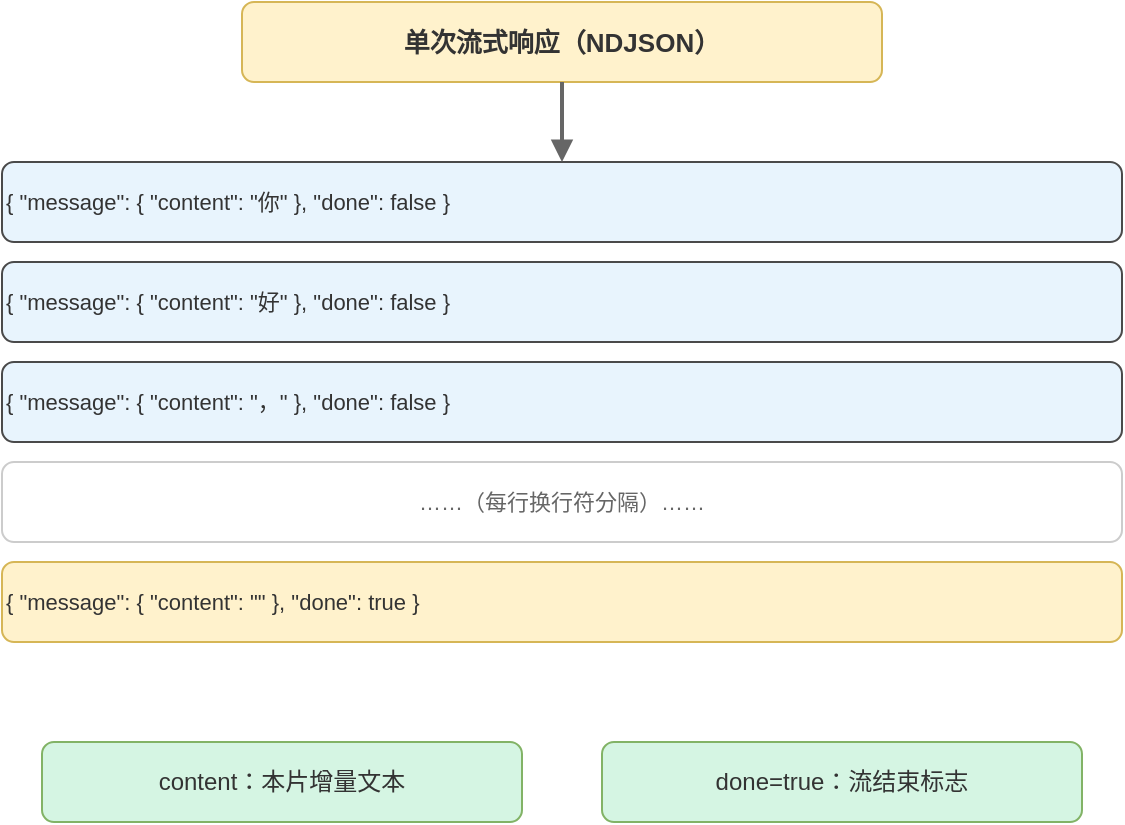
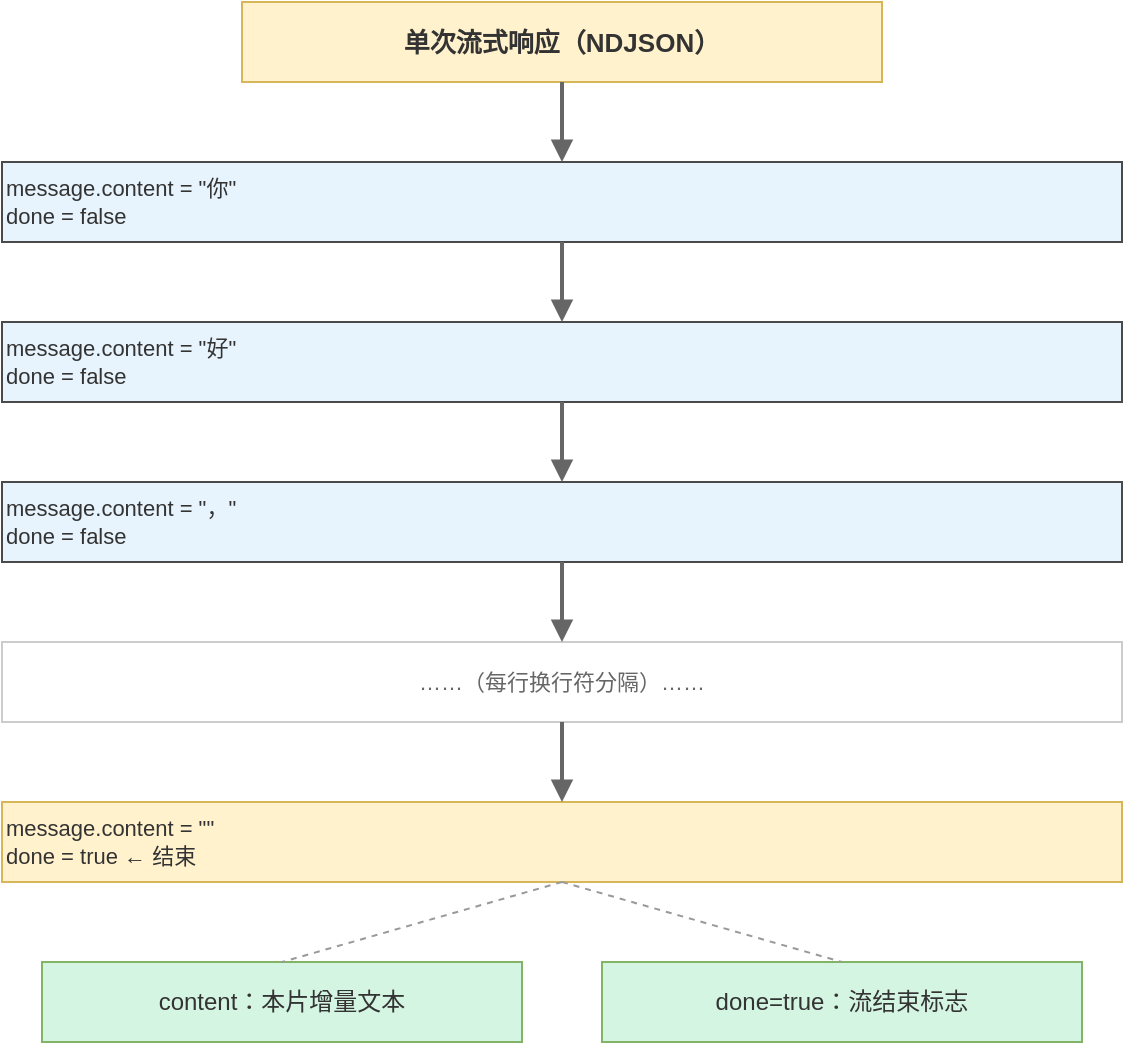
<?xml version="1.0" encoding="UTF-8"?>
- <mxGraphModel pageWidth="640" pageHeight="520" grid="1" gridSize="10">
+ <mxGraphModel pageWidth="640" pageHeight="600" grid="1" gridSize="10">
  <root>
    <mxCell id="0"/>
    <mxCell id="1" parent="0"/>
-     <mxCell id="title" value="单次流式响应（NDJSON）" style="rounded=1;whiteSpace=wrap;fillColor=#FFF2CC;strokeColor=#D6B656;fontColor=#333333;fontSize=13;fontStyle=1;" vertex="1" parent="1">
+     <mxCell id="title" value="单次流式响应（NDJSON）" style=" rounded=1;whiteSpace=wrap;fillColor=#FFF2CC;strokeColor=#D6B656;fontColor=#333333;fontSize=13;fontStyle=1;" vertex="1" parent="1">
      <mxGeometry x="160" y="30" width="320" height="40" as="geometry"/>
    </mxCell>
-     <mxCell id="line1" value="{ &quot;message&quot;: { &quot;content&quot;: &quot;你&quot; }, &quot;done&quot;: false }" style="rounded=1;whiteSpace=wrap;fillColor=#E8F4FD;strokeColor=#4A4A4A;fontColor=#333333;fontSize=11;align=left;" vertex="1" parent="1">
+     <mxCell id="line1" value="message.content = &quot;你&quot;&#xa;done = false" style=" rounded=1;whiteSpace=wrap;fillColor=#E8F4FD;strokeColor=#4A4A4A;fontColor=#333333;fontSize=11;align=left;" vertex="1" parent="1">
      <mxGeometry x="40" y="110" width="560" height="40" as="geometry"/>
    </mxCell>
-     <mxCell id="line2" value="{ &quot;message&quot;: { &quot;content&quot;: &quot;好&quot; }, &quot;done&quot;: false }" style="rounded=1;whiteSpace=wrap;fillColor=#E8F4FD;strokeColor=#4A4A4A;fontColor=#333333;fontSize=11;align=left;" vertex="1" parent="1">
-       <mxGeometry x="40" y="160" width="560" height="40" as="geometry"/>
+     <mxCell id="line2" value="message.content = &quot;好&quot;&#xa;done = false" style=" rounded=1;whiteSpace=wrap;fillColor=#E8F4FD;strokeColor=#4A4A4A;fontColor=#333333;fontSize=11;align=left;" vertex="1" parent="1">
+       <mxGeometry x="40" y="190" width="560" height="40" as="geometry"/>
    </mxCell>
-     <mxCell id="line3" value="{ &quot;message&quot;: { &quot;content&quot;: &quot;，&quot; }, &quot;done&quot;: false }" style="rounded=1;whiteSpace=wrap;fillColor=#E8F4FD;strokeColor=#4A4A4A;fontColor=#333333;fontSize=11;align=left;" vertex="1" parent="1">
-       <mxGeometry x="40" y="210" width="560" height="40" as="geometry"/>
+     <mxCell id="line3" value="message.content = &quot;，&quot;&#xa;done = false" style=" rounded=1;whiteSpace=wrap;fillColor=#E8F4FD;strokeColor=#4A4A4A;fontColor=#333333;fontSize=11;align=left;" vertex="1" parent="1">
+       <mxGeometry x="40" y="270" width="560" height="40" as="geometry"/>
    </mxCell>
-     <mxCell id="dots" value="……（每行换行符分隔）……" style="rounded=1;whiteSpace=wrap;fillColor=#FFFFFF;strokeColor=#CCCCCC;fontColor=#666666;fontSize=11;" vertex="1" parent="1">
-       <mxGeometry x="40" y="260" width="560" height="40" as="geometry"/>
+     <mxCell id="dots" value="……（每行换行符分隔）……" style=" rounded=1;whiteSpace=wrap;fillColor=#FFFFFF;strokeColor=#CCCCCC;fontColor=#666666;fontSize=11;" vertex="1" parent="1">
+       <mxGeometry x="40" y="350" width="560" height="40" as="geometry"/>
    </mxCell>
-     <mxCell id="lineN" value="{ &quot;message&quot;: { &quot;content&quot;: &quot;&quot; }, &quot;done&quot;: true }" style="rounded=1;whiteSpace=wrap;fillColor=#FFF2CC;strokeColor=#D6B656;fontColor=#333333;fontSize=11;align=left;" vertex="1" parent="1">
-       <mxGeometry x="40" y="310" width="560" height="40" as="geometry"/>
+     <mxCell id="lineN" value="message.content = &quot;&quot;&#xa;done = true   ← 结束" style=" rounded=1;whiteSpace=wrap;fillColor=#FFF2CC;strokeColor=#D6B656;fontColor=#333333;fontSize=11;align=left;" vertex="1" parent="1">
+       <mxGeometry x="40" y="430" width="560" height="40" as="geometry"/>
    </mxCell>
-     <mxCell id="hint1" value="content：本片增量文本" style="rounded=1;whiteSpace=wrap;fillColor=#D5F5E3;strokeColor=#82b366;fontColor=#333333;fontSize=12;" vertex="1" parent="1">
-       <mxGeometry x="60" y="400" width="240" height="40" as="geometry"/>
+     <mxCell id="hint1" value="content：本片增量文本" style=" rounded=1;whiteSpace=wrap;fillColor=#D5F5E3;strokeColor=#82b366;fontColor=#333333;fontSize=12;" vertex="1" parent="1">
+       <mxGeometry x="60" y="510" width="240" height="40" as="geometry"/>
    </mxCell>
-     <mxCell id="hint2" value="done=true：流结束标志" style="rounded=1;whiteSpace=wrap;fillColor=#D5F5E3;strokeColor=#82b366;fontColor=#333333;fontSize=12;" vertex="1" parent="1">
-       <mxGeometry x="340" y="400" width="240" height="40" as="geometry"/>
+     <mxCell id="hint2" value="done=true：流结束标志" style=" rounded=1;whiteSpace=wrap;fillColor=#D5F5E3;strokeColor=#82b366;fontColor=#333333;fontSize=12;" vertex="1" parent="1">
+       <mxGeometry x="340" y="510" width="240" height="40" as="geometry"/>
    </mxCell>
-     <mxCell id="e1" value="" style="edgeStyle=orthogonalEdgeStyle;rounded=0;endArrow=block;endFill=1;strokeWidth=2;strokeColor=#666666;exitX=0.5;exitY=1;entryX=0.5;entryY=0;" edge="1" parent="1" source="title" target="line1">
+     <mxCell id="e0" value="" style=" edgeStyle=orthogonalEdgeStyle;rounded=0;endArrow=block;endFill=1;strokeWidth=2;strokeColor=#666666;exitX=0.5;exitY=1;entryX=0.5;entryY=0;" edge="1" parent="1" source="title" target="line1">
+       <mxGeometry relative="1" as="geometry"/>
+     </mxCell>
+     <mxCell id="e1" value="" style=" edgeStyle=orthogonalEdgeStyle;rounded=0;endArrow=block;endFill=1;strokeWidth=2;strokeColor=#666666;exitX=0.5;exitY=1;entryX=0.5;entryY=0;" edge="1" parent="1" source="line1" target="line2">
+       <mxGeometry relative="1" as="geometry"/>
+     </mxCell>
+     <mxCell id="e2" value="" style=" edgeStyle=orthogonalEdgeStyle;rounded=0;endArrow=block;endFill=1;strokeWidth=2;strokeColor=#666666;exitX=0.5;exitY=1;entryX=0.5;entryY=0;" edge="1" parent="1" source="line2" target="line3">
+       <mxGeometry relative="1" as="geometry"/>
+     </mxCell>
+     <mxCell id="e3" value="" style=" edgeStyle=orthogonalEdgeStyle;rounded=0;endArrow=block;endFill=1;strokeWidth=2;strokeColor=#666666;exitX=0.5;exitY=1;entryX=0.5;entryY=0;" edge="1" parent="1" source="line3" target="dots">
+       <mxGeometry relative="1" as="geometry"/>
+     </mxCell>
+     <mxCell id="e4" value="" style=" edgeStyle=orthogonalEdgeStyle;rounded=0;endArrow=block;endFill=1;strokeWidth=2;strokeColor=#666666;exitX=0.5;exitY=1;entryX=0.5;entryY=0;" edge="1" parent="1" source="dots" target="lineN">
+       <mxGeometry relative="1" as="geometry"/>
+     </mxCell>
+     <mxCell id="e5" value="" style=" edgeStyle=orthogonalEdgeStyle;rounded=0;endArrow=none;strokeWidth=1;strokeColor=#999999;dashed=1;exitX=0.5;exitY=1;entryX=0.5;entryY=0;" edge="1" parent="1" source="lineN" target="hint1">
+       <mxGeometry relative="1" as="geometry"/>
+     </mxCell>
+     <mxCell id="e6" value="" style=" edgeStyle=orthogonalEdgeStyle;rounded=0;endArrow=none;strokeWidth=1;strokeColor=#999999;dashed=1;exitX=0.5;exitY=1;entryX=0.5;entryY=0;" edge="1" parent="1" source="lineN" target="hint2">
      <mxGeometry relative="1" as="geometry"/>
    </mxCell>
  </root>
</mxGraphModel>
